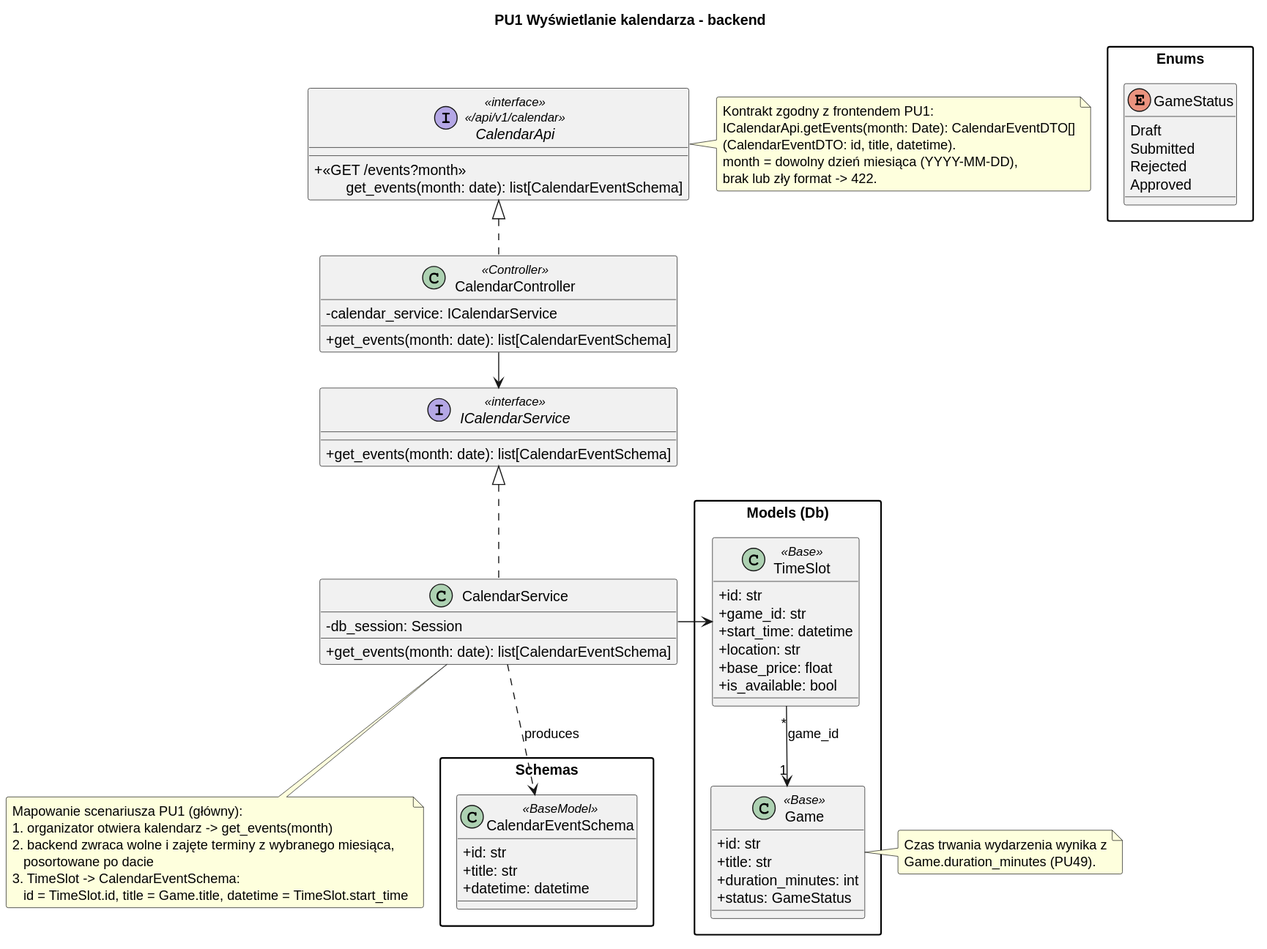
The PlantUML diagram diagrams/backend/rendered/calendar.svg in Igor-Ochocki/POP-2026Z, before a commit.
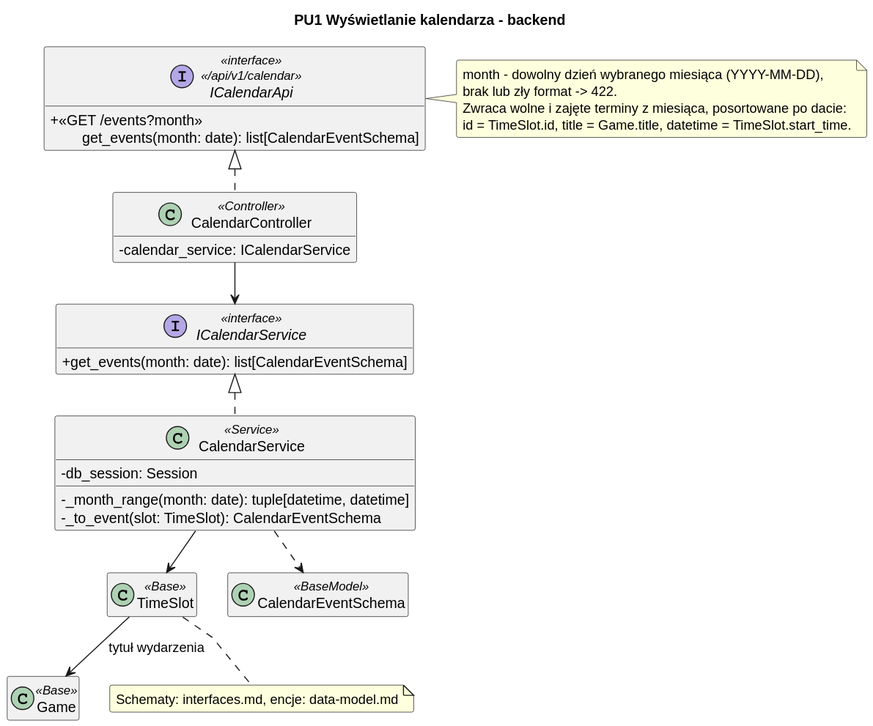
Above is the later version.

The edit, as a diff of the source:
```diff
@@ -3,93 +3,50 @@
 skinparam packageStyle rectangle
 skinparam shadowing false
 skinparam roundcorner 4
-skinparam nodesep 26
-skinparam ranksep 34
 skinparam linetype polyline
+skinparam nodesep 30
+skinparam ranksep 40
+hide empty members
 
 title PU1 Wyświetlanie kalendarza - backend
 
-interface CalendarApi <<interface>>\n<< /api/v1/calendar >> {
+interface ICalendarApi <<interface>>\n<< /api/v1/calendar >> {
     + <<GET /events?month >>\n\tget_events(month: date): list[CalendarEventSchema]
 }
 
 class CalendarController <<Controller>> {
     - calendar_service: ICalendarService
-    + get_events(month: date): list[CalendarEventSchema]
 }
 
 interface ICalendarService <<interface>> {
     + get_events(month: date): list[CalendarEventSchema]
 }
 
-class CalendarService {
+class CalendarService <<Service>> {
     - db_session: Session
-    + get_events(month: date): list[CalendarEventSchema]
+    - _month_range(month: date): tuple[datetime, datetime]
+    - _to_event(slot: TimeSlot): CalendarEventSchema
 }
 
-package "Schemas" {
-    class CalendarEventSchema <<BaseModel>> {
-        + id: str
-        + title: str
-        + datetime: datetime
-    }
-}
+class TimeSlot <<Base>>
+class Game <<Base>>
+class CalendarEventSchema <<BaseModel>>
 
-package "Models (Db)" as models {
-    class Game <<Base>> {
-        + id: str
-        + title: str
-        + duration_minutes: int
-        + status: GameStatus
-    }
+CalendarController .u.|> ICalendarApi
+CalendarController --> ICalendarService
+CalendarService .u.|> ICalendarService
+CalendarService --> TimeSlot
+TimeSlot --> Game : tytuł wydarzenia
+CalendarService ..> CalendarEventSchema
 
-    class TimeSlot <<Base>> {
-        + id: str
-        + game_id: str
-        + start_time: datetime
-        + location: str
-        + base_price: float
-        + is_available: bool
-    }
-}
-
-package "Enums" {
-    enum GameStatus {
-        Draft
-        Submitted
-        Rejected
-        Approved
-    }
-}
-
-CalendarController .up.|> CalendarApi
-CalendarController --> ICalendarService
-
-CalendarService .up.|> ICalendarService
-CalendarService ..> CalendarEventSchema : produces
-CalendarService -right-> TimeSlot
-
-TimeSlot "*" --> "1" Game : game_id
-
-note bottom of CalendarService
-    Mapowanie scenariusza PU1 (główny):
-    1. organizator otwiera kalendarz -> get_events(month)
-    2. backend zwraca wolne i zajęte terminy z wybranego miesiąca,
-       posortowane po dacie
-    3. TimeSlot -> CalendarEventSchema:
-       id = TimeSlot.id, title = Game.title, datetime = TimeSlot.start_time
+note right of ICalendarApi
+    month - dowolny dzień wybranego miesiąca (YYYY-MM-DD),
+    brak lub zły format -> 422.
+    Zwraca wolne i zajęte terminy z miesiąca, posortowane po dacie:
+    id = TimeSlot.id, title = Game.title, datetime = TimeSlot.start_time.
 end note
 
-note right of CalendarApi
-    Kontrakt zgodny z frontendem PU1:
-    ICalendarApi.getEvents(month: Date): CalendarEventDTO[]
-    (CalendarEventDTO: id, title, datetime).
-    month = dowolny dzień miesiąca (YYYY-MM-DD),
-    brak lub zły format -> 422.
-end note
-
-note right of Game
-    Czas trwania wydarzenia wynika z
-    Game.duration_minutes (PU49).
+note bottom of TimeSlot
+    Schematy: interfaces.md, encje: data-model.md
 end note
 @enduml
```
